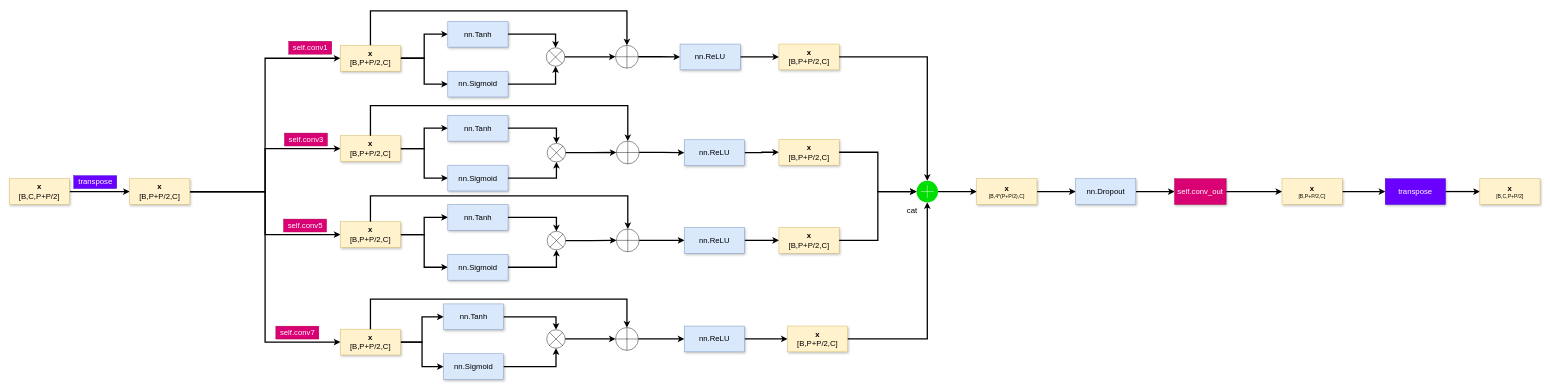
The draw.io diagram page "第 13 页" (13 of 13) of 未命名绘图.drawio in dearRongerr/draw.io, before the edit. Source tidied: cells renumbered, new cells numbered last; positions are measured from the earlier drawing's top-left corner, leaving out a move shared by most shapes. Both pictures are drawn from the tidied source at 43%, with x=0, y=0 at pixel (9, 11).
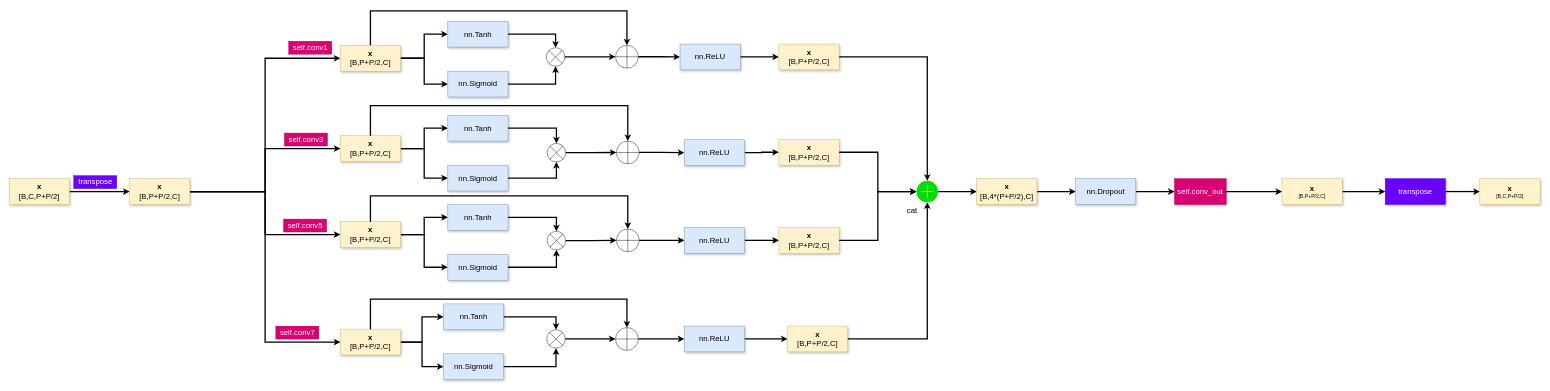
The same page after the edit.

Commit message:
更新未命名绘图.drawio

What changed in the source:
```diff
@@
-    <mxCell id="86" value="&lt;font style=&quot;font-size: 18px;&quot;&gt;&lt;b&gt;x&lt;/b&gt;&lt;/font&gt;&lt;div&gt;[B,4*(P+P/2),C]&lt;br&gt;&lt;/div&gt;" style="rounded=0;whiteSpace=wrap;html=1;fillColor=#fff2cc;strokeColor=#d6b656;shadow=1;" parent="1" vertex="1">
+    <mxCell id="86" value="&lt;font style=&quot;font-size: 18px;&quot;&gt;&lt;b&gt;x&lt;/b&gt;&lt;/font&gt;&lt;div&gt;&lt;font style=&quot;font-size: 18px;&quot;&gt;[B,4*(P+P/2),C]&lt;/font&gt;&lt;br&gt;&lt;/div&gt;" style="rounded=0;whiteSpace=wrap;html=1;fillColor=#fff2cc;strokeColor=#d6b656;shadow=1;align=center;verticalAlign=middle;fontFamily=Helvetica;fontSize=12;fontColor=default;" parent="1" vertex="1">
       <mxGeometry x="2250" y="390" width="140" height="60" as="geometry" />
     </mxCell>
```
